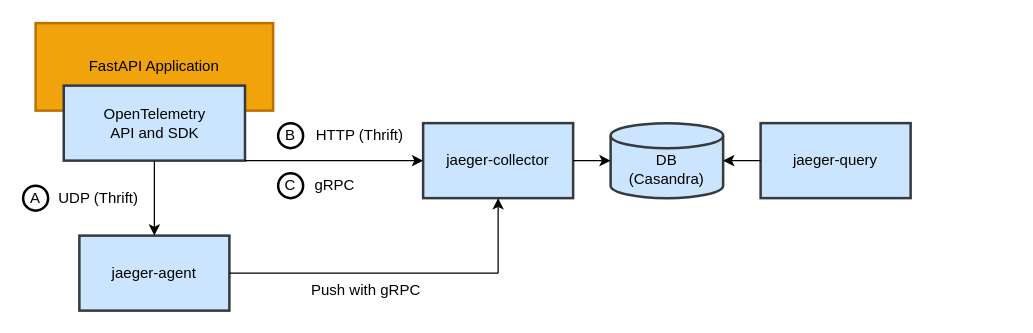
Before: images/demo-arch.drawio in blueswen/fastapi-jaeger, a draw.io diagram. Source tidied: cells renumbered, new cells numbered last; positions are measured from the earlier drawing's top-left corner, leaving out a move shared by most shapes. Both pictures are drawn from the tidied source at 125%, with x=0, y=0 at pixel (22, 22).
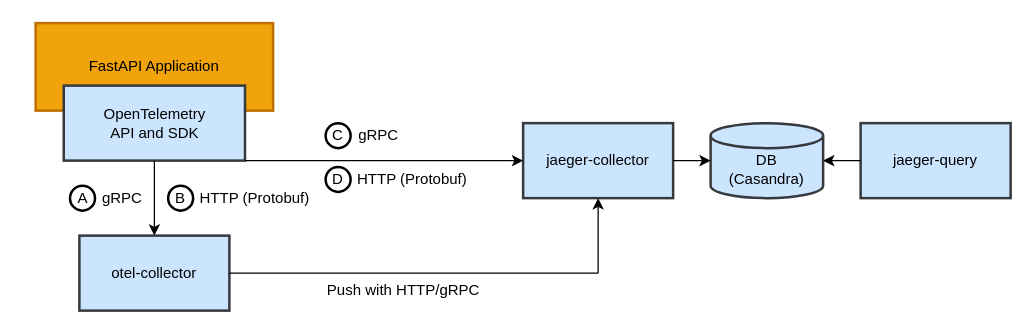
After the change.

Diff of the diagram source:
```diff
@@
-<mxGraphModel>
+<mxGraphModel background="#ffffff">
@@
-    <mxCell id="3" value="OpenTelemetry&lt;br&gt;API and SDK" style="rounded=0;whiteSpace=wrap;html=1;strokeWidth=2;fillColor=#cce5ff;strokeColor=#36393d;" parent="1" vertex="1">
+    <mxCell id="3" value="OpenTelemetry&lt;br&gt;API and SDK" style="rounded=0;whiteSpace=wrap;html=1;strokeWidth=2;fillColor=#cce5ff;strokeColor=#36393d;fontColor=#000000;" parent="1" vertex="1">
       <mxGeometry x="32.5" y="50" width="145" height="60" as="geometry" />
     </mxCell>
-    <mxCell id="4" value="jaeger-agent" style="rounded=0;whiteSpace=wrap;html=1;strokeWidth=2;fillColor=#cce5ff;strokeColor=#36393d;" parent="1" vertex="1">
+    <mxCell id="4" value="otel-collector" style="rounded=0;whiteSpace=wrap;html=1;strokeWidth=2;fillColor=#cce5ff;strokeColor=#36393d;fontColor=#000000;" parent="1" vertex="1">
       <mxGeometry x="45" y="170" width="120" height="60" as="geometry" />
     </mxCell>
-    <mxCell id="5" value="jaeger-collector" style="rounded=0;whiteSpace=wrap;html=1;strokeWidth=2;fillColor=#cce5ff;strokeColor=#36393d;" parent="1" vertex="1">
-      <mxGeometry x="320" y="80" width="120" height="60" as="geometry" />
+    <mxCell id="5" value="jaeger-collector" style="rounded=0;whiteSpace=wrap;html=1;strokeWidth=2;fillColor=#cce5ff;strokeColor=#36393d;fontColor=#000000;" parent="1" vertex="1">
+      <mxGeometry x="400" y="80" width="120" height="60" as="geometry" />
     </mxCell>
-    <mxCell id="6" value="&lt;br&gt;DB&lt;br&gt;(Casandra)" style="strokeWidth=2;html=1;shape=mxgraph.flowchart.database;whiteSpace=wrap;fillColor=#cce5ff;strokeColor=#36393d;" parent="1" vertex="1">
-      <mxGeometry x="470" y="80" width="90" height="60" as="geometry" />
+    <mxCell id="6" value="&lt;br&gt;DB&lt;br&gt;(Casandra)" style="strokeWidth=2;html=1;shape=mxgraph.flowchart.database;whiteSpace=wrap;fillColor=#cce5ff;strokeColor=#36393d;fontColor=#000000;" parent="1" vertex="1">
+      <mxGeometry x="550" y="80" width="90" height="60" as="geometry" />
     </mxCell>
-    <mxCell id="7" value="jaeger-query" style="rounded=0;whiteSpace=wrap;html=1;strokeWidth=2;fillColor=#cce5ff;strokeColor=#36393d;" parent="1" vertex="1">
-      <mxGeometry x="590" y="80" width="120" height="60" as="geometry" />
+    <mxCell id="7" value="jaeger-query" style="rounded=0;whiteSpace=wrap;html=1;strokeWidth=2;fillColor=#cce5ff;strokeColor=#36393d;fontColor=#000000;" parent="1" vertex="1">
+      <mxGeometry x="670" y="80" width="120" height="60" as="geometry" />
     </mxCell>
-    <mxCell id="8" style="endArrow=classic;html=1;rounded=0;exitX=1;exitY=0.5;exitDx=0;exitDy=0;entryX=0;entryY=0.5;entryDx=0;entryDy=0;entryPerimeter=0;" parent="1" edge="1" source="5" target="6">
+    <mxCell id="8" style="endArrow=classic;html=1;rounded=0;exitX=1;exitY=0.5;exitDx=0;exitDy=0;entryX=0;entryY=0.5;entryDx=0;entryDy=0;entryPerimeter=0;fontColor=#000000;strokeColor=#000000;" parent="1" edge="1" source="5" target="6">
       <mxGeometry relative="1" as="geometry" />
     </mxCell>
-    <mxCell id="9" style="endArrow=none;html=1;rounded=0;exitX=1;exitY=0.5;exitDx=0;exitDy=0;exitPerimeter=0;entryX=0;entryY=0.5;entryDx=0;entryDy=0;startArrow=classic;startFill=1;endFill=0;" parent="1" edge="1" source="6" target="7">
+    <mxCell id="9" style="endArrow=none;html=1;rounded=0;exitX=1;exitY=0.5;exitDx=0;exitDy=0;exitPerimeter=0;entryX=0;entryY=0.5;entryDx=0;entryDy=0;startArrow=classic;startFill=1;endFill=0;fontColor=#000000;strokeColor=#000000;" parent="1" edge="1" source="6" target="7">
       <mxGeometry relative="1" as="geometry" />
     </mxCell>
-    <mxCell id="10" style="endArrow=classic;html=1;rounded=0;entryX=0.5;entryY=1;entryDx=0;entryDy=0;" parent="1" edge="1" target="5">
+    <mxCell id="10" style="endArrow=classic;html=1;rounded=0;entryX=0.5;entryY=1;entryDx=0;entryDy=0;fontColor=#000000;strokeColor=#000000;" parent="1" edge="1" target="5">
       <mxGeometry relative="1" as="geometry">
-        <mxPoint x="380" y="200" as="sourcePoint" />
+        <mxPoint x="460" y="200" as="sourcePoint" />
       </mxGeometry>
     </mxCell>
-    <mxCell id="11" style="endArrow=none;html=1;rounded=0;entryX=1;entryY=0.5;entryDx=0;entryDy=0;" parent="1" edge="1" target="4">
+    <mxCell id="11" style="endArrow=none;html=1;rounded=0;entryX=1;entryY=0.5;entryDx=0;entryDy=0;fontColor=#000000;strokeColor=#000000;" parent="1" edge="1" target="4">
       <mxGeometry relative="1" as="geometry">
-        <mxPoint x="380" y="200" as="sourcePoint" />
+        <mxPoint x="460" y="200" as="sourcePoint" />
       </mxGeometry>
     </mxCell>
-    <mxCell id="12" style="endArrow=classic;html=1;rounded=0;exitX=0.5;exitY=1;exitDx=0;exitDy=0;entryX=0.5;entryY=0;entryDx=0;entryDy=0;" parent="1" edge="1" source="3" target="4">
+    <mxCell id="12" style="endArrow=classic;html=1;rounded=0;exitX=0.5;exitY=1;exitDx=0;exitDy=0;entryX=0.5;entryY=0;entryDx=0;entryDy=0;fontColor=#000000;strokeColor=#000000;" parent="1" edge="1" source="3" target="4">
       <mxGeometry relative="1" as="geometry">
         <Array as="points">
           <mxPoint x="105" y="160" />
         </Array>
       </mxGeometry>
     </mxCell>
-    <mxCell id="13" style="endArrow=classic;html=1;rounded=0;entryX=0;entryY=0.5;entryDx=0;entryDy=0;exitX=1;exitY=1;exitDx=0;exitDy=0;" parent="1" edge="1" source="3" target="5">
+    <mxCell id="13" style="endArrow=classic;html=1;rounded=0;entryX=0;entryY=0.5;entryDx=0;entryDy=0;exitX=1;exitY=1;exitDx=0;exitDy=0;fontColor=#000000;strokeColor=#000000;" parent="1" edge="1" source="3" target="5">
       <mxGeometry relative="1" as="geometry" />
     </mxCell>
-    <mxCell id="14" value="UDP (Thrift)" style="text;html=1;align=center;verticalAlign=middle;fillColor=none;strokeColor=none;rounded=0;" parent="1" vertex="1">
-      <mxGeometry x="20" y="130" width="80" height="20" as="geometry" />
+    <mxCell id="14" value="gRPC" style="text;html=1;align=center;verticalAlign=middle;fillColor=none;strokeColor=none;rounded=0;fontColor=#000000;" parent="1" vertex="1">
+      <mxGeometry x="49" y="125" width="60" height="30" as="geometry" />
     </mxCell>
-    <mxCell id="15" value="HTTP (Thrift)" style="text;html=1;align=center;verticalAlign=middle;fillColor=none;strokeColor=none;rounded=0;" parent="1" vertex="1">
-      <mxGeometry x="224" y="80" width="90" height="20" as="geometry" />
+    <mxCell id="15" value="HTTP (Protobuf)" style="text;html=1;align=center;verticalAlign=middle;fillColor=none;strokeColor=none;rounded=0;fontColor=#000000;" parent="1" vertex="1">
+      <mxGeometry x="256" y="110" width="110" height="30" as="geometry" />
     </mxCell>
-    <mxCell id="16" value="Push with gRPC" style="text;html=1;align=center;verticalAlign=middle;fillColor=none;strokeColor=none;rounded=0;" parent="1" vertex="1">
-      <mxGeometry x="224" y="204" width="100" height="20" as="geometry" />
+    <mxCell id="16" value="Push with HTTP/gRPC" style="text;html=1;align=center;verticalAlign=middle;fillColor=none;strokeColor=none;rounded=0;fontColor=#000000;" parent="1" vertex="1">
+      <mxGeometry x="229" y="199" width="150" height="30" as="geometry" />
     </mxCell>
-    <mxCell id="17" value="A" style="ellipse;whiteSpace=wrap;html=1;strokeWidth=2;" parent="1" vertex="1">
-      <mxGeometry y="130" width="20" height="20" as="geometry" />
+    <mxCell id="17" value="A" style="ellipse;whiteSpace=wrap;html=1;strokeWidth=2;fontColor=#000000;strokeColor=#000000;labelBackgroundColor=none;fillColor=none;" parent="1" vertex="1">
+      <mxGeometry x="37.5" y="130" width="20" height="20" as="geometry" />
     </mxCell>
-    <mxCell id="18" value="B" style="ellipse;whiteSpace=wrap;html=1;strokeWidth=2;" parent="1" vertex="1">
-      <mxGeometry x="204" y="80" width="20" height="20" as="geometry" />
+    <mxCell id="18" value="D" style="ellipse;whiteSpace=wrap;html=1;strokeWidth=2;fontColor=#000000;strokeColor=#000000;labelBackgroundColor=none;fillColor=none;" parent="1" vertex="1">
+      <mxGeometry x="242" y="115" width="20" height="20" as="geometry" />
     </mxCell>
-    <mxCell id="19" value="C" style="ellipse;whiteSpace=wrap;html=1;strokeWidth=2;" parent="1" vertex="1">
-      <mxGeometry x="204" y="120" width="20" height="20" as="geometry" />
+    <mxCell id="19" value="C" style="ellipse;whiteSpace=wrap;html=1;strokeWidth=2;fontColor=#000000;strokeColor=#000000;labelBackgroundColor=none;fillColor=none;" parent="1" vertex="1">
+      <mxGeometry x="242" y="80" width="20" height="20" as="geometry" />
     </mxCell>
-    <mxCell id="20" value="gRPC" style="text;html=1;align=center;verticalAlign=middle;fillColor=none;strokeColor=none;rounded=0;" parent="1" vertex="1">
-      <mxGeometry x="224" y="120" width="50" height="20" as="geometry" />
+    <mxCell id="20" value="gRPC" style="text;html=1;align=center;verticalAlign=middle;fillColor=none;strokeColor=none;rounded=0;fontColor=#000000;" parent="1" vertex="1">
+      <mxGeometry x="259" y="80" width="50" height="20" as="geometry" />
     </mxCell>
+    <mxCell id="21" value="HTTP (Protobuf)" style="text;html=1;align=center;verticalAlign=middle;fillColor=none;strokeColor=none;rounded=0;fontColor=#000000;" parent="1" vertex="1">
+      <mxGeometry x="130" y="125" width="110" height="30" as="geometry" />
+    </mxCell>
+    <mxCell id="22" value="B" style="ellipse;whiteSpace=wrap;html=1;strokeWidth=2;fontColor=#000000;strokeColor=#000000;labelBackgroundColor=none;fillColor=none;" parent="1" vertex="1">
+      <mxGeometry x="116" y="130" width="20" height="20" as="geometry" />
+    </mxCell>
```
